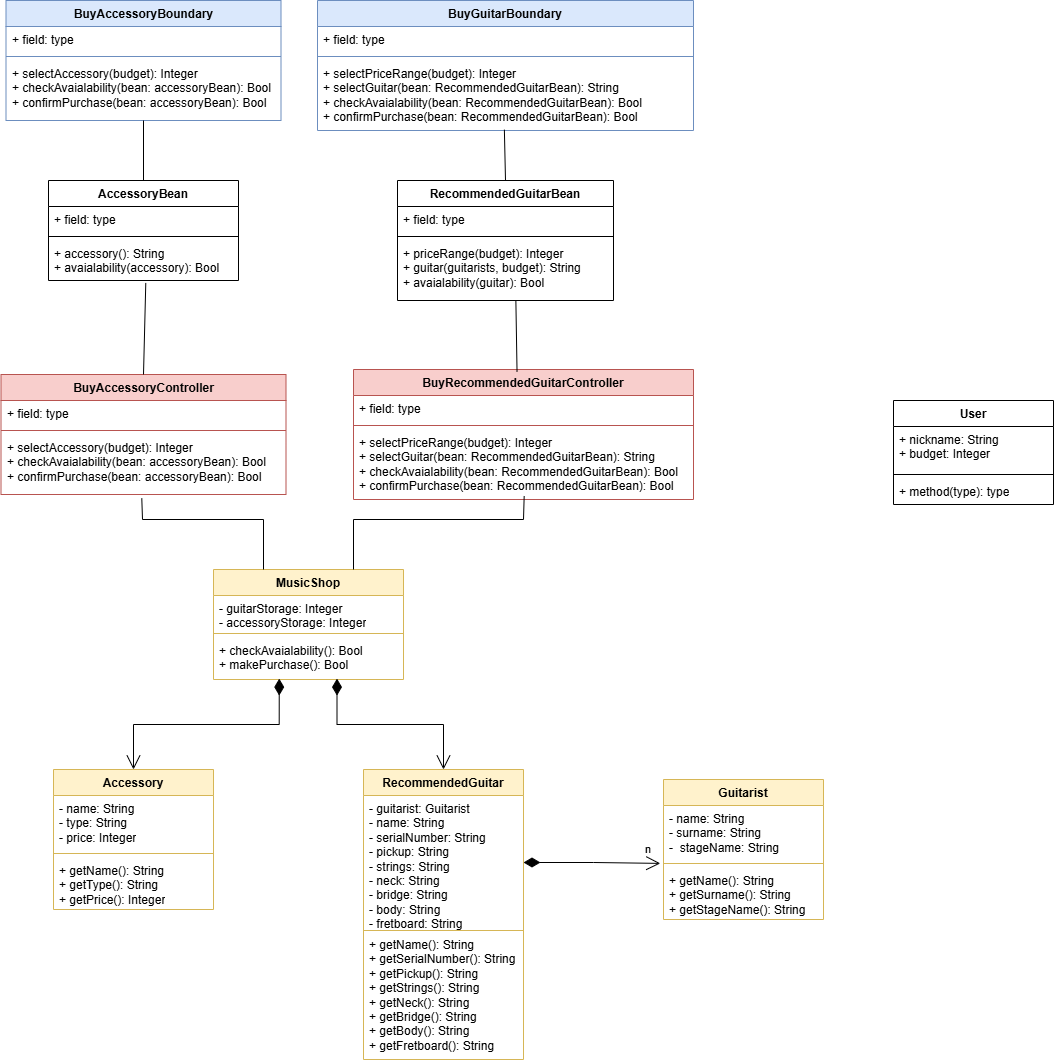
The draw.io diagram diagrams/BCEM.drawio.png in TizianoLilli/ISPW-Project, before a commit. Source tidied: cells renumbered, new cells last; positions are measured from the earlier drawing's top-left corner, leaving out a move shared by most shapes.
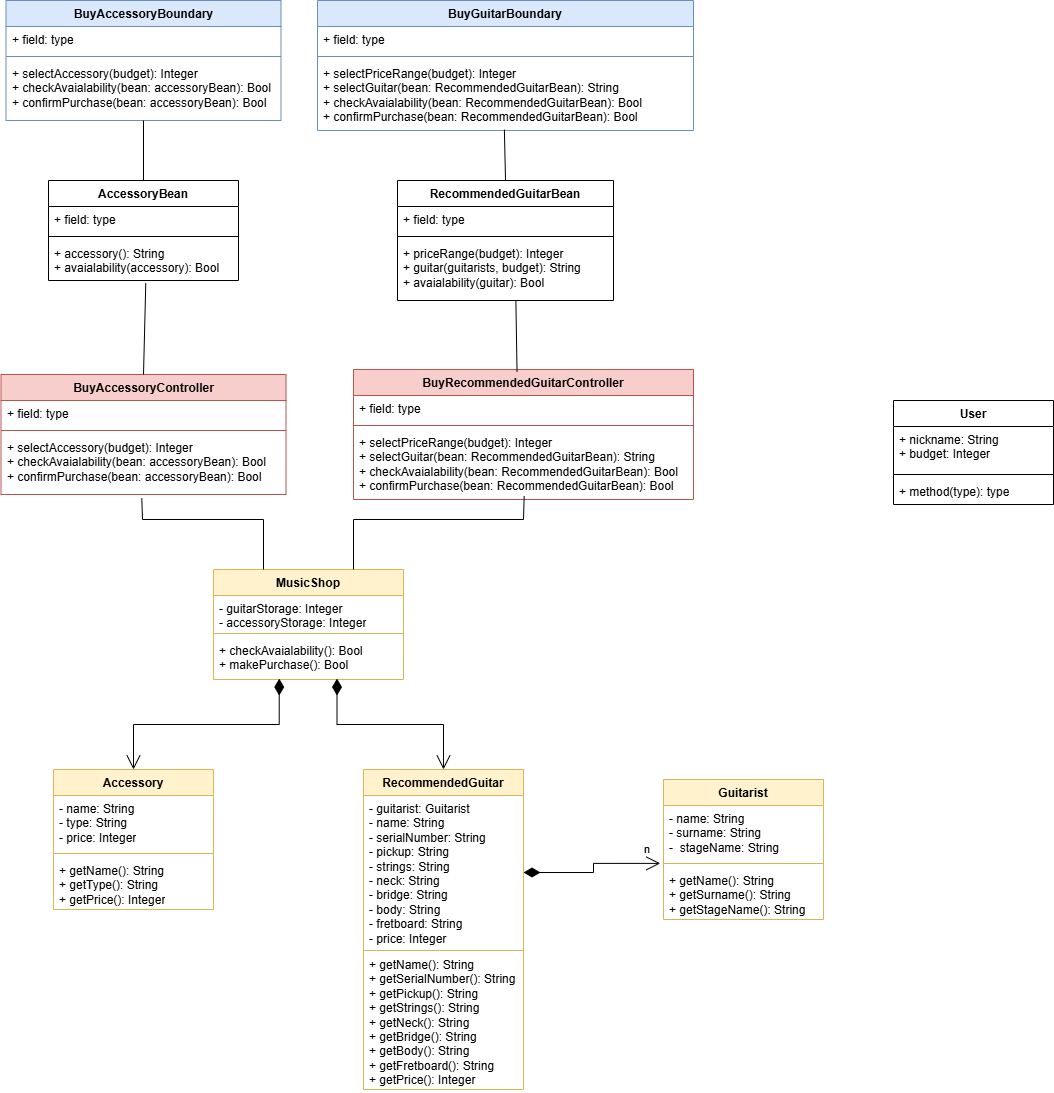
The same diagram one commit later.

Change to the diagram source:
```diff
@@ -15,16 +15,16 @@
       <mxGeometry y="88" width="160" height="52" as="geometry" />
     </mxCell>
     <mxCell id="6" value="RecommendedGuitar" style="swimlane;fontStyle=1;align=center;verticalAlign=top;horizontal=1;startSize=26;whiteSpace=wrap;html=1;fillColor=#fff2cc;strokeColor=#d6b656;" parent="1" vertex="1">
-      <mxGeometry x="362" y="769" width="160" height="290" as="geometry" />
+      <mxGeometry x="362" y="769" width="160" height="320" as="geometry" />
     </mxCell>
     <mxCell id="7" value="- guitarist: Guitarist&lt;div&gt;- name: String&lt;/div&gt;&lt;div&gt;- serialNumber: String&lt;br&gt;&lt;div&gt;&lt;div&gt;- pickup: String&lt;/div&gt;&lt;div&gt;- strings: String&lt;/div&gt;&lt;div&gt;- neck: String&lt;/div&gt;&lt;div&gt;- bridge: String&lt;/div&gt;&lt;div&gt;- body: String&lt;/div&gt;&lt;div&gt;- fretboard: String&lt;/div&gt;&lt;div&gt;- price: Integer&lt;/div&gt;&lt;/div&gt;&lt;/div&gt;" style="text;strokeColor=none;fillColor=none;align=left;verticalAlign=top;spacingLeft=4;spacingRight=4;overflow=hidden;points=[[0,0.5],[1,0.5]];portConstraint=eastwest;whiteSpace=wrap;html=1;" parent="6" vertex="1">
-      <mxGeometry y="26" width="160" height="134" as="geometry" />
+      <mxGeometry y="26" width="160" height="154" as="geometry" />
     </mxCell>
     <mxCell id="8" style="line;strokeWidth=1;fillColor=none;align=left;verticalAlign=middle;spacingTop=-1;spacingLeft=3;spacingRight=3;labelPosition=right;strokeColor=inherit;" parent="6" vertex="1">
-      <mxGeometry y="160" width="160" height="2" as="geometry" />
+      <mxGeometry y="180" width="160" height="2" as="geometry" />
     </mxCell>
-    <mxCell id="9" value="&lt;div&gt;+ getName(): String&lt;/div&gt;&lt;div&gt;+ getSerialNumber(): String&lt;/div&gt;+ getPickup(): String&lt;div&gt;+ getStrings()&lt;span style=&quot;background-color: initial;&quot;&gt;: String&lt;/span&gt;&lt;/div&gt;&lt;div&gt;+ getNeck()&lt;span style=&quot;background-color: initial;&quot;&gt;: String&lt;/span&gt;&lt;/div&gt;&lt;div&gt;+ getBridge()&lt;span style=&quot;background-color: initial;&quot;&gt;: String&lt;/span&gt;&lt;/div&gt;&lt;div&gt;+ getBody()&lt;span style=&quot;background-color: initial;&quot;&gt;: String&lt;/span&gt;&lt;/div&gt;&lt;div&gt;+ getFretboard(): String&lt;/div&gt;" style="text;strokeColor=none;fillColor=none;align=left;verticalAlign=top;spacingLeft=4;spacingRight=4;overflow=hidden;whiteSpace=wrap;html=1;" parent="6" vertex="1">
-      <mxGeometry y="162" width="160" height="128" as="geometry" />
+    <mxCell id="9" value="&lt;div&gt;+ getName(): String&lt;/div&gt;&lt;div&gt;+ getSerialNumber(): String&lt;/div&gt;+ getPickup(): String&lt;div&gt;+ getStrings()&lt;span style=&quot;background-color: initial;&quot;&gt;: String&lt;/span&gt;&lt;/div&gt;&lt;div&gt;+ getNeck()&lt;span style=&quot;background-color: initial;&quot;&gt;: String&lt;/span&gt;&lt;/div&gt;&lt;div&gt;+ getBridge()&lt;span style=&quot;background-color: initial;&quot;&gt;: String&lt;/span&gt;&lt;/div&gt;&lt;div&gt;+ getBody()&lt;span style=&quot;background-color: initial;&quot;&gt;: String&lt;/span&gt;&lt;/div&gt;&lt;div&gt;+ getFretboard(): String&lt;/div&gt;&lt;div&gt;+ getPrice(): Integer&lt;/div&gt;" style="text;strokeColor=none;fillColor=none;align=left;verticalAlign=top;spacingLeft=4;spacingRight=4;overflow=hidden;whiteSpace=wrap;html=1;" parent="6" vertex="1">
+      <mxGeometry y="182" width="160" height="138" as="geometry" />
     </mxCell>
     <mxCell id="10" value="User" style="swimlane;fontStyle=1;align=center;verticalAlign=top;horizontal=1;startSize=26;whiteSpace=wrap;html=1;" parent="1" vertex="1">
       <mxGeometry x="892" y="400" width="160" height="104" as="geometry" />
```
